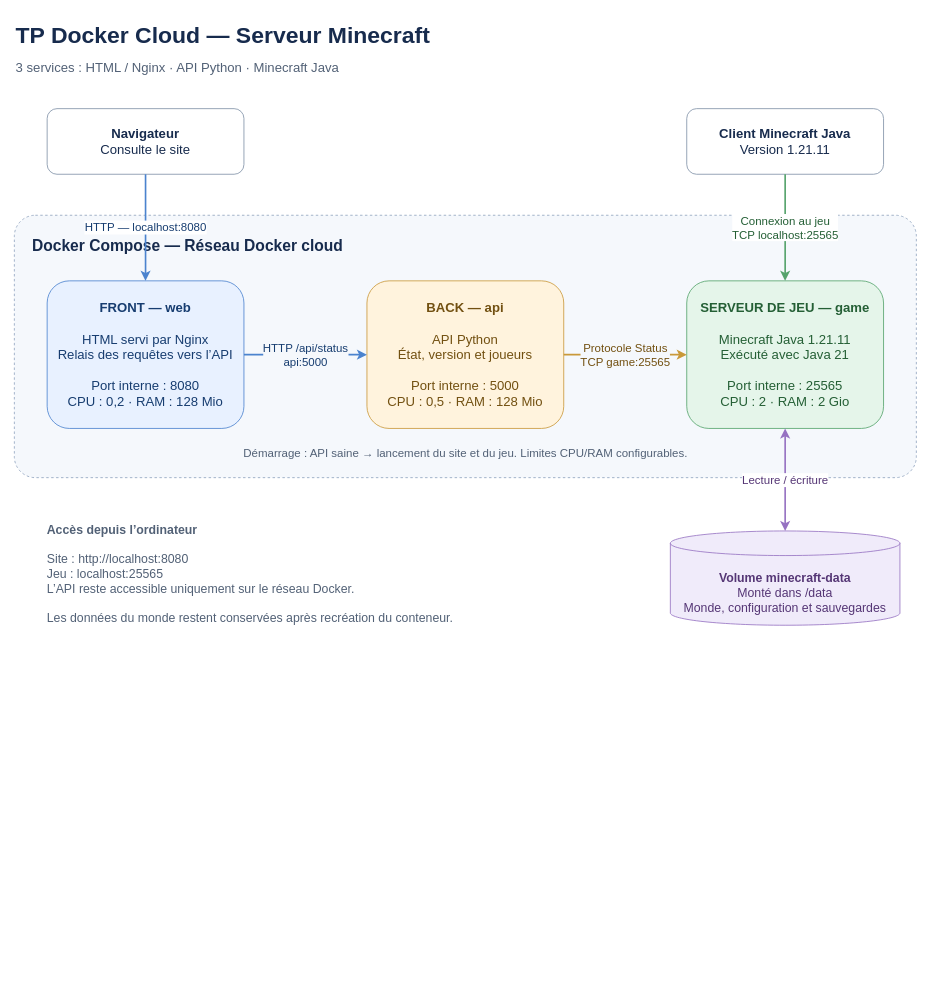
Before: architecture.drawio in edgouille/dev-docker, a draw.io diagram. Source tidied: cells renumbered, new cells numbered last; positions are measured from the earlier drawing's top-left corner, leaving out a move shared by most shapes. Both pictures are drawn from the tidied source at 82%, with x=0, y=0 at pixel (14, 14).
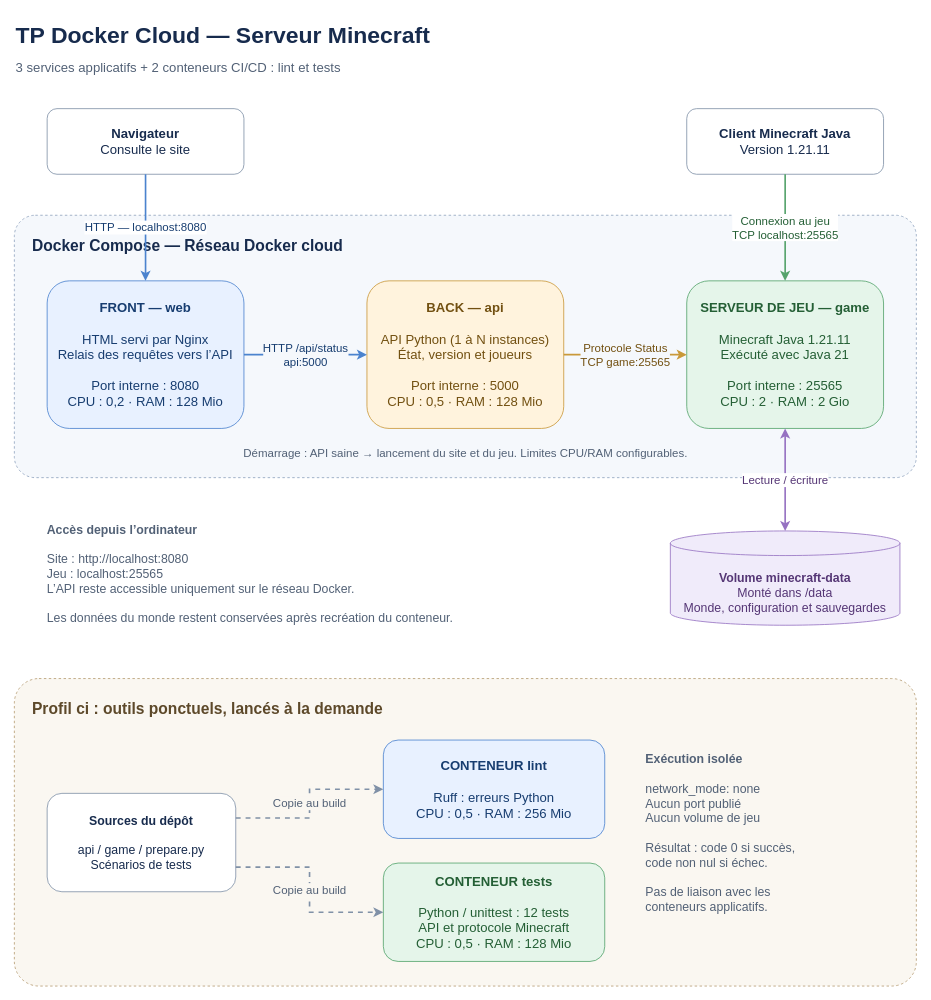
Above is the later version.

Commit message (it also covers changes not shown here):
fix(doc): make doc accurate to project

The edit, as a diff of the source:
```diff
@@
-    <mxCell id="3" value="3 services : HTML / Nginx · API Python · Minecraft Java" style="text;html=1;align=left;verticalAlign=middle;fontSize=16;fontColor=#526176;" parent="1" vertex="1">
+    <mxCell id="3" value="3 services applicatifs + 2 conteneurs CI/CD : lint et tests" style="text;html=1;align=left;verticalAlign=middle;fontSize=16;fontColor=#526176;" parent="1" vertex="1">
       <mxGeometry y="50" width="1100" height="30" as="geometry" />
     </mxCell>
@@
-    <mxCell id="8" value="&lt;b&gt;BACK — api&lt;/b&gt;&lt;br&gt;&lt;br&gt;API Python&lt;br&gt;État, version et joueurs&lt;br&gt;&lt;br&gt;Port interne : 5000&lt;br&gt;CPU : 0,5 · RAM : 128 Mio" style="rounded=1;whiteSpace=wrap;html=1;fillColor=#FFF3DD;strokeColor=#C9993A;fontColor=#725011;fontSize=16;spacing=14;" parent="1" vertex="1">
+    <mxCell id="8" value="&lt;b&gt;BACK — api&lt;/b&gt;&lt;br&gt;&lt;br&gt;API Python (1 à N instances)&lt;br&gt;État, version et joueurs&lt;br&gt;&lt;br&gt;Port interne : 5000&lt;br&gt;CPU : 0,5 · RAM : 128 Mio" style="rounded=1;whiteSpace=wrap;html=1;fillColor=#FFF3DD;strokeColor=#C9993A;fontColor=#725011;fontSize=16;spacing=14;" parent="1" vertex="1">
       <mxGeometry x="430" y="325" width="240" height="180" as="geometry" />
     </mxCell>
@@
+    <mxCell id="18" value="Profil ci : outils ponctuels, lancés à la demande" style="rounded=1;whiteSpace=wrap;html=1;fillColor=#FAF7F1;strokeColor=#B69C72;dashed=1;arcSize=8;align=left;verticalAlign=top;spacingTop=20;spacingLeft=20;fontSize=19;fontStyle=1;fontColor=#5D492A;" parent="1" vertex="1">
+      <mxGeometry y="810" width="1100" height="375" as="geometry" />
+    </mxCell>
+    <mxCell id="19" value="&lt;b&gt;Sources du dépôt&lt;/b&gt;&lt;br&gt;&lt;br&gt;api / game / prepare.py&lt;br&gt;Scénarios de tests" style="rounded=1;whiteSpace=wrap;html=1;fillColor=#FFFFFF;strokeColor=#8091A7;fontColor=#172B4D;fontSize=15;spacing=12;" parent="1" vertex="1">
+      <mxGeometry x="40" y="950" width="230" height="120" as="geometry" />
+    </mxCell>
+    <mxCell id="20" value="&lt;b&gt;CONTENEUR lint&lt;/b&gt;&lt;br&gt;&lt;br&gt;Ruff : erreurs Python&lt;br&gt;CPU : 0,5 · RAM : 256 Mio" style="rounded=1;whiteSpace=wrap;html=1;fillColor=#E8F1FF;strokeColor=#4B83CE;fontColor=#173D70;fontSize=16;spacing=12;" parent="1" vertex="1">
+      <mxGeometry x="450" y="885" width="270" height="120" as="geometry" />
+    </mxCell>
+    <mxCell id="21" value="&lt;b&gt;CONTENEUR tests&lt;/b&gt;&lt;br&gt;&lt;br&gt;Python / unittest : 12 tests&lt;br&gt;API et protocole Minecraft&lt;br&gt;CPU : 0,5 · RAM : 128 Mio" style="rounded=1;whiteSpace=wrap;html=1;fillColor=#E5F5EA;strokeColor=#55A36C;fontColor=#245F35;fontSize=16;spacing=12;" parent="1" vertex="1">
+      <mxGeometry x="450" y="1035" width="270" height="120" as="geometry" />
+    </mxCell>
+    <mxCell id="22" value="&lt;b&gt;Exécution isolée&lt;/b&gt;&lt;br&gt;&lt;br&gt;network_mode: none&lt;br&gt;Aucun port publié&lt;br&gt;Aucun volume de jeu&lt;br&gt;&lt;br&gt;Résultat : code 0 si succès,&lt;br&gt;code non nul si échec.&lt;br&gt;&lt;br&gt;Pas de liaison avec les&lt;br&gt;conteneurs applicatifs." style="text;html=1;align=left;verticalAlign=top;whiteSpace=wrap;fontSize=15;fontColor=#526176;spacing=0;" parent="1" vertex="1">
+      <mxGeometry x="770" y="895" width="280" height="255" as="geometry" />
+    </mxCell>
+    <mxCell id="23" value="Copie au build" style="edgeStyle=orthogonalEdgeStyle;rounded=0;html=1;dashed=1;endArrow=classic;strokeColor=#8091A7;strokeWidth=2;fontSize=14;fontColor=#526176;labelBackgroundColor=#FAF7F1;exitX=1;exitY=.25;exitDx=0;exitDy=0;entryX=0;entryY=0.5;entryDx=0;entryDy=0;" parent="1" edge="1" source="19" target="20">
+      <mxGeometry relative="1" as="geometry" />
+    </mxCell>
+    <mxCell id="24" value="Copie au build" style="edgeStyle=orthogonalEdgeStyle;rounded=0;html=1;dashed=1;endArrow=classic;strokeColor=#8091A7;strokeWidth=2;fontSize=14;fontColor=#526176;labelBackgroundColor=#FAF7F1;exitX=1;exitY=.75;exitDx=0;exitDy=0;entryX=0;entryY=0.5;entryDx=0;entryDy=0;" parent="1" edge="1" source="19" target="21">
+      <mxGeometry relative="1" as="geometry" />
+    </mxCell>
```
